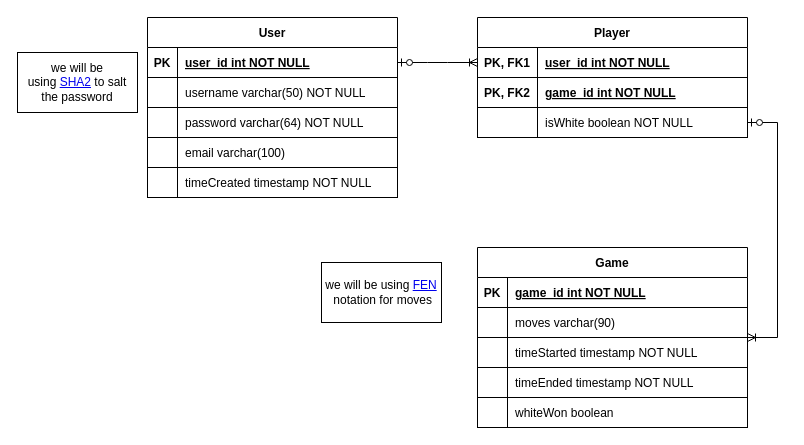
This is public/nea/Designed SQL.drawio from Ultrasonic1209/chess-app-frontend, a draw.io file, before an edit. Source tidied: cells renumbered, new cells numbered last; positions are measured from the earlier drawing's top-left corner, leaving out a move shared by most shapes. Both pictures are drawn from the tidied source at 100%, with x=0, y=0 at pixel (17, 17).
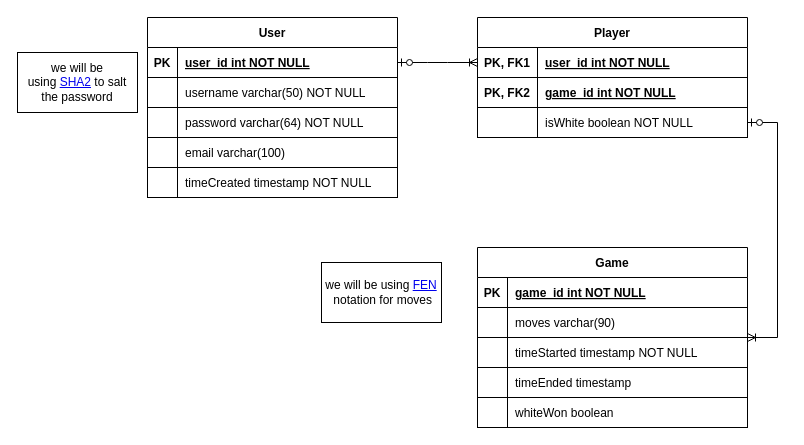
The same diagram, later.

Unchanged cells that the change refers to:
```xml
<mxCell id="39" style="shape=partialRectangle;fillColor=none;top=0;left=0;right=0;bottom=1;" parent="29" vertex="1">
  <mxGeometry y="120" width="270" height="30" as="geometry" />
</mxCell>
```

Change to the diagram source:
```diff
@@
-    <mxCell id="41" value="timeEnded timestamp NOT NULL " style="shape=partialRectangle;overflow=hidden;fillColor=none;top=0;left=0;bottom=0;right=0;align=left;spacingLeft=6;fontStyle=0;" parent="39" vertex="1">
+    <mxCell id="41" value="timeEnded timestamp" style="shape=partialRectangle;overflow=hidden;fillColor=none;top=0;left=0;bottom=0;right=0;align=left;spacingLeft=6;fontStyle=0;" parent="39" vertex="1">
       <mxGeometry x="30" width="240" height="30" as="geometry" />
     </mxCell>
```
